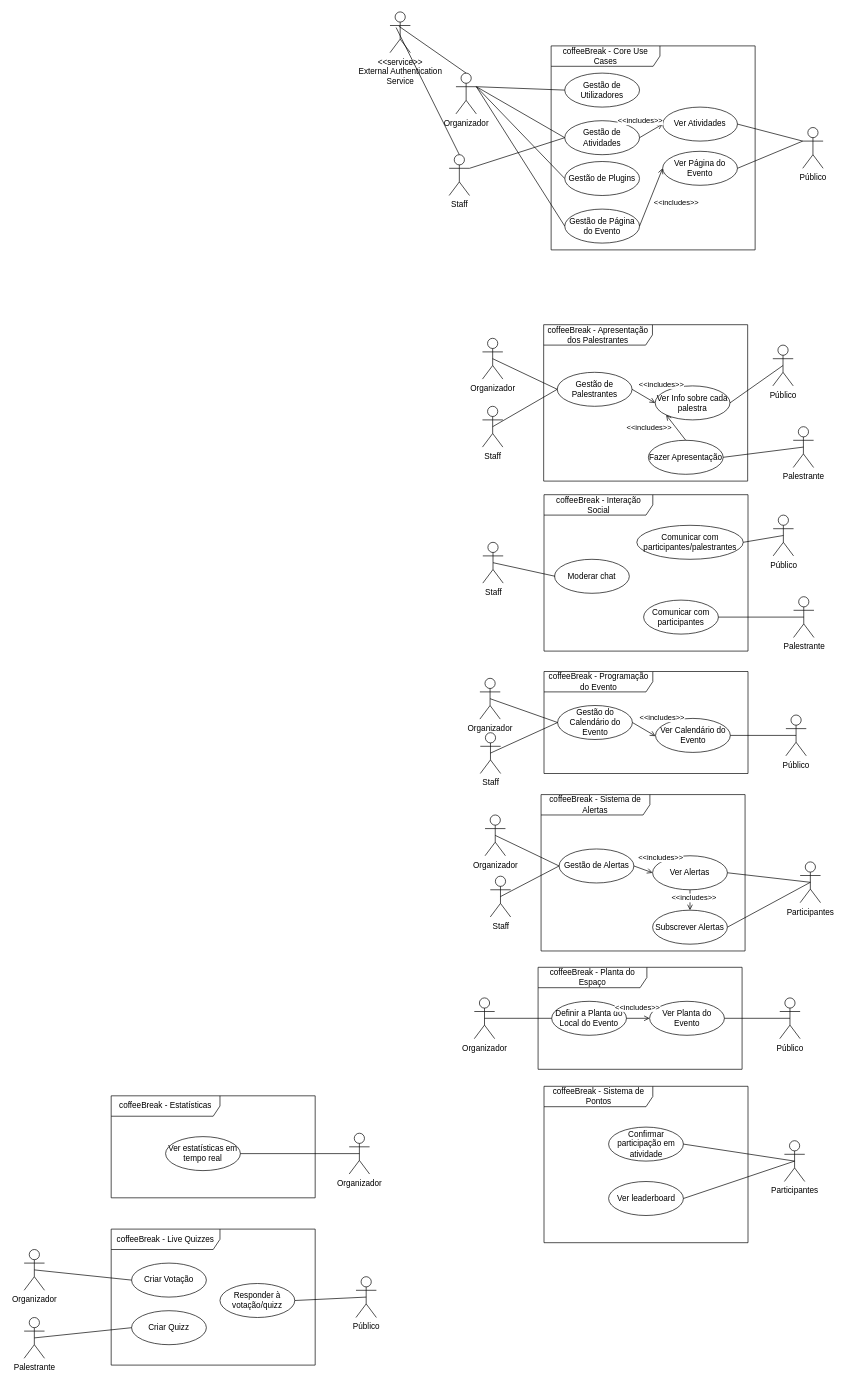
Before: coffeeBreak.drawio in PI-coffeeBreak/diagrams, a draw.io diagram. Source tidied: cells renumbered, new cells numbered last; positions are measured from the earlier drawing's top-left corner, leaving out a move shared by most shapes. Both pictures are drawn from the tidied source at 68%, with x=0, y=0 at pixel (24, 12).
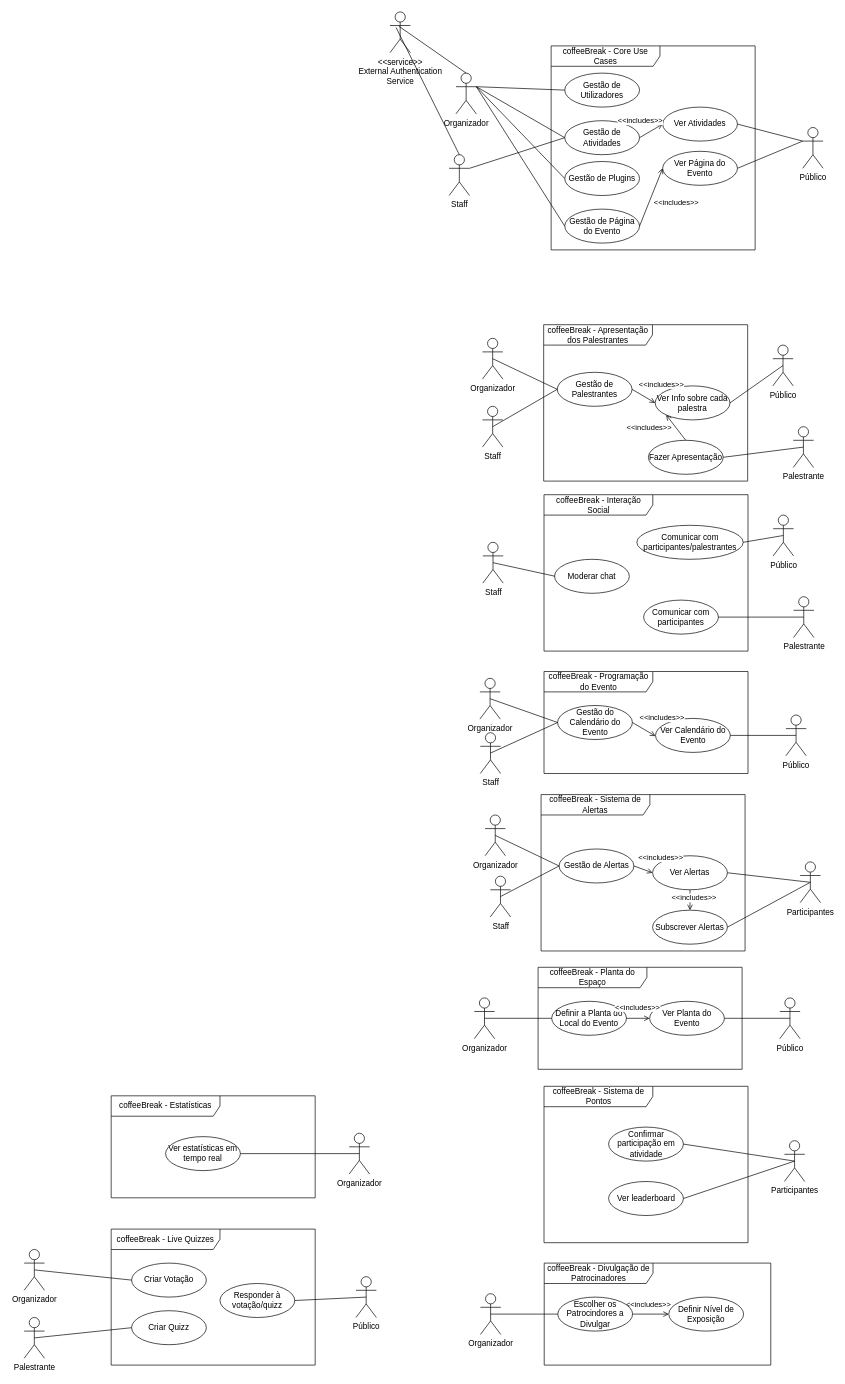
After the change.

Commit message:
Divulgação de Patrocinadores

Diff of the diagram source:
```diff
@@
+    <mxCell id="107" value="coffeeBreak - Divulgação de Patrocinadores" style="shape=umlFrame;whiteSpace=wrap;html=1;width=160;" parent="1" vertex="1">
+      <mxGeometry x="764.8" y="1840" width="333.2" height="150" as="geometry" />
+    </mxCell>
+    <mxCell id="108" style="edgeStyle=orthogonalEdgeStyle;rounded=0;jettySize=auto;html=1;exitX=1;exitY=0.5;exitDx=0;exitDy=0;endArrow=open;endFill=0;" parent="107" edge="1" source="110" target="111">
+      <mxGeometry relative="1" as="geometry" />
+    </mxCell>
+    <mxCell id="109" value="&amp;lt;&amp;lt;includes&amp;gt;&amp;gt;" style="edgeLabel;html=1;align=center;verticalAlign=middle;" parent="108" vertex="1">
+      <mxGeometry x="-0.2" y="3" relative="1" as="geometry">
+        <mxPoint x="2" y="-12" as="offset" />
+      </mxGeometry>
+    </mxCell>
+    <mxCell id="110" value="Escolher os Patrocindores a Divulgar" style="ellipse;whiteSpace=wrap;html=1;" parent="107" vertex="1">
+      <mxGeometry x="20" y="50" width="110" height="50" as="geometry" />
+    </mxCell>
+    <mxCell id="111" value="Definir Nível de Exposição" style="ellipse;whiteSpace=wrap;html=1;" parent="107" vertex="1">
+      <mxGeometry x="183.2" y="50" width="110" height="50" as="geometry" />
+    </mxCell>
@@
+    <mxCell id="112" value="Organizador" style="shape=umlActor;verticalLabelPosition=bottom;verticalAlign=top;html=1;" parent="1" vertex="1">
+      <mxGeometry x="671" y="1885" width="30" height="60" as="geometry" />
+    </mxCell>
@@
+    <mxCell id="113" style="endArrow=none;html=1;rounded=0;exitX=0.5;exitY=0.5;exitDx=0;exitDy=0;exitPerimeter=0;entryX=0;entryY=0.5;entryDx=0;entryDy=0;" parent="1" edge="1" source="112" target="110">
+      <mxGeometry relative="1" as="geometry" />
+    </mxCell>
```
